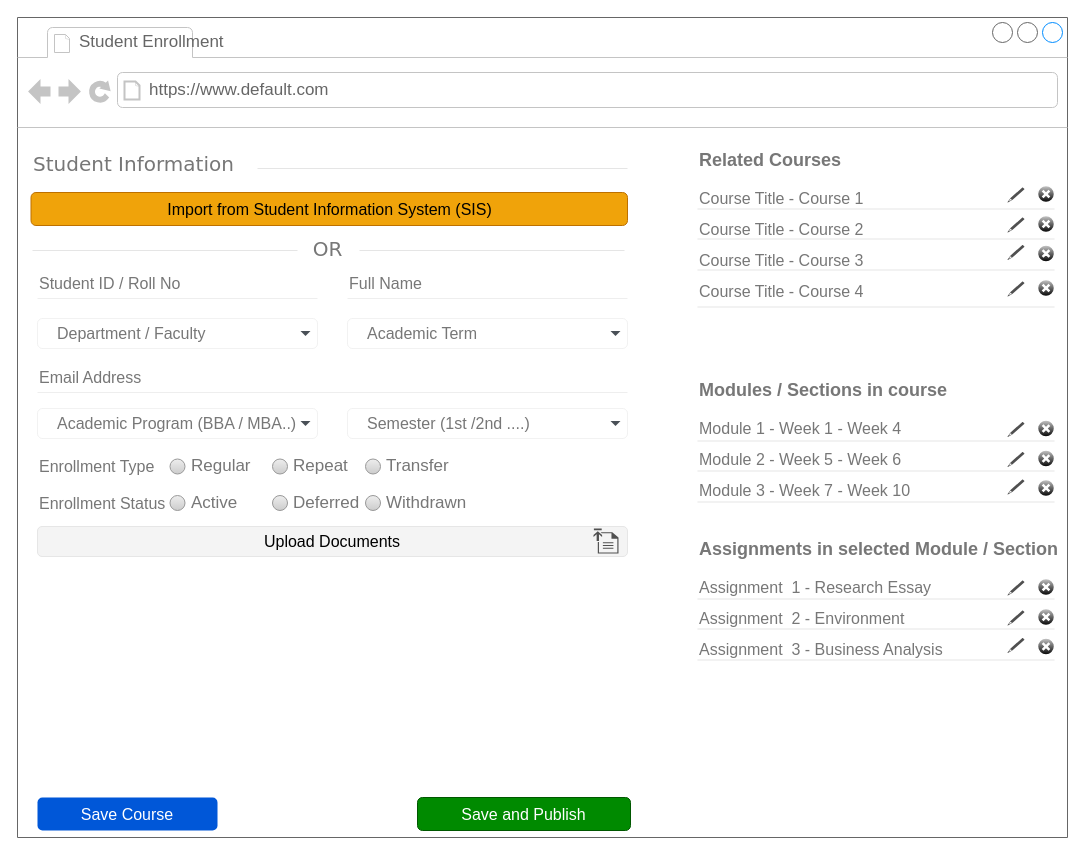
Above: page "Student Enrollment" (5 of 5) of 02 - LMS-SysCollege/04 - UI_Designs/WireFrame.drawio in ZohaibWaqarMalik/Technical-Business-Analyst-Projects (draw.io), before the change. Source tidied: cells renumbered, new cells numbered last; positions are measured from the earlier drawing's top-left corner, leaving out a move shared by most shapes. Both pictures are drawn from the tidied source at 100%, with x=0, y=0 at pixel (17, 17).
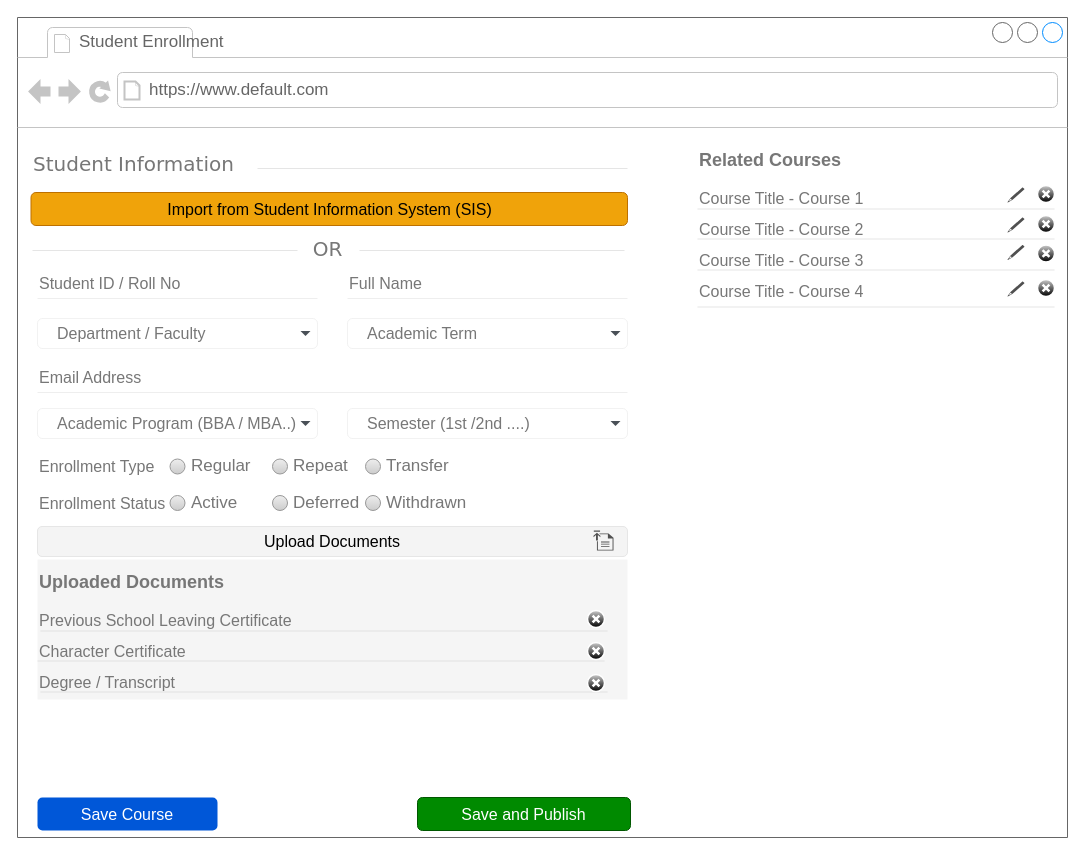
The same diagram, later.

Commit message (it also covers changes not shown here):
Update Wireframe Student Enrollment

The change refers to these unchanged cells:
```xml
<mxCell id="2" style="strokeWidth=1;shadow=0;dashed=0;align=center;html=1;shape=mxgraph.mockup.containers.browserWindow;rSize=0;strokeColor=#666666;mainText=,;rounded=0;labelBackgroundColor=none;fontFamily=Verdana;fontSize=12;" parent="1" vertex="1">
  <mxGeometry width="1050" height="820" as="geometry" />
</mxCell>
```

The edit, as a diff of the source:
```diff
@@
-    <mxCell id="30" value="&lt;h1 style=&quot;margin-top: 0px;&quot;&gt;&lt;font style=&quot;font-size: 18px;&quot;&gt;Modules / Sections in course&lt;/font&gt;&lt;/h1&gt;&lt;p&gt;&lt;font style=&quot;font-size: 16px;&quot;&gt;&lt;span style=&quot;background-color: transparent; color: light-dark(rgb(119, 119, 119), rgb(135, 135, 135));&quot;&gt;Module 1 - Week 1 - Week 4&lt;/span&gt;&lt;/font&gt;&lt;/p&gt;&lt;p&gt;&lt;span style=&quot;font-size: 16px;&quot;&gt;Module 2 - Week 5 - Week 6&lt;/span&gt;&lt;/p&gt;&lt;p&gt;&lt;font style=&quot;font-size: 16px;&quot;&gt;Module 3 - Week 7 - Week 10&lt;/font&gt;&lt;/p&gt;&lt;p&gt;&lt;font style=&quot;font-size: 16px;&quot;&gt;&lt;span style=&quot;background-color: transparent; color: light-dark(rgb(119, 119, 119), rgb(135, 135, 135));&quot;&gt;&lt;br&gt;&lt;/span&gt;&lt;/font&gt;&lt;/p&gt;" style="text;html=1;whiteSpace=wrap;overflow=hidden;rounded=0;fontColor=#777777;" parent="2" vertex="1">
-      <mxGeometry x="680" y="350" width="350" height="140" as="geometry" />
-    </mxCell>
-    <mxCell id="31" style="dashed=0;shape=line;strokeWidth=1;noLabel=1;strokeColor=#cccccc;opacity=50;fontSize=14;" parent="2" vertex="1">
-      <mxGeometry x="680" y="423" width="357" height="1" as="geometry" />
-    </mxCell>
-    <mxCell id="32" style="dashed=0;shape=line;strokeWidth=1;noLabel=1;strokeColor=#cccccc;opacity=50;fontSize=14;" parent="2" vertex="1">
-      <mxGeometry x="680" y="453" width="357" height="1" as="geometry" />
-    </mxCell>
-    <mxCell id="33" style="dashed=0;shape=line;strokeWidth=1;noLabel=1;strokeColor=#cccccc;opacity=50;fontSize=14;" parent="2" vertex="1">
-      <mxGeometry x="680" y="484" width="357" height="1" as="geometry" />
-    </mxCell>
-    <mxCell id="34" style="sketch=0;shadow=0;dashed=0;html=1;strokeColor=none;fillColor=#505050;labelPosition=center;verticalLabelPosition=bottom;verticalAlign=top;align=center;shape=mxgraph.office.concepts.writing_pencil;" parent="2" vertex="1">
-      <mxGeometry x="990" y="404.5" width="17" height="15" as="geometry" />
-    </mxCell>
-    <mxCell id="35" style="sketch=0;shadow=0;dashed=0;html=1;strokeColor=none;fillColor=#505050;labelPosition=center;verticalLabelPosition=bottom;verticalAlign=top;align=center;shape=mxgraph.office.concepts.writing_pencil;" parent="2" vertex="1">
-      <mxGeometry x="990" y="434.5" width="17" height="15" as="geometry" />
-    </mxCell>
-    <mxCell id="36" style="sketch=0;shadow=0;dashed=0;html=1;strokeColor=none;fillColor=#505050;labelPosition=center;verticalLabelPosition=bottom;verticalAlign=top;align=center;shape=mxgraph.office.concepts.writing_pencil;" parent="2" vertex="1">
-      <mxGeometry x="990" y="462" width="17" height="15" as="geometry" />
-    </mxCell>
-    <mxCell id="37" style="verticalLabelPosition=bottom;verticalAlign=top;html=1;shadow=0;dashed=0;strokeWidth=1;shape=mxgraph.ios.iDeleteApp;fillColor=#cccccc;fillColor2=#000000;strokeColor=#ffffff;sketch=0;" parent="2" vertex="1">
-      <mxGeometry x="1020" y="402.5" width="17" height="17" as="geometry" />
-    </mxCell>
-    <mxCell id="38" style="verticalLabelPosition=bottom;verticalAlign=top;html=1;shadow=0;dashed=0;strokeWidth=1;shape=mxgraph.ios.iDeleteApp;fillColor=#cccccc;fillColor2=#000000;strokeColor=#ffffff;sketch=0;" parent="2" vertex="1">
-      <mxGeometry x="1020" y="432.5" width="17" height="17" as="geometry" />
-    </mxCell>
-    <mxCell id="39" style="verticalLabelPosition=bottom;verticalAlign=top;html=1;shadow=0;dashed=0;strokeWidth=1;shape=mxgraph.ios.iDeleteApp;fillColor=#cccccc;fillColor2=#000000;strokeColor=#ffffff;sketch=0;" parent="2" vertex="1">
-      <mxGeometry x="1020" y="462" width="17" height="17" as="geometry" />
-    </mxCell>
@@
-    <mxCell id="42" value="&lt;h1 style=&quot;margin-top: 0px;&quot;&gt;&lt;font style=&quot;font-size: 18px;&quot;&gt;Assignments in selected Module / Section&lt;/font&gt;&lt;/h1&gt;&lt;p&gt;&lt;font style=&quot;font-size: 16px;&quot;&gt;&lt;span style=&quot;background-color: transparent; color: light-dark(rgb(119, 119, 119), rgb(135, 135, 135));&quot;&gt;Assignment&amp;nbsp; 1 - Research Essay&lt;/span&gt;&lt;/font&gt;&lt;/p&gt;&lt;p&gt;&lt;span style=&quot;font-size: 16px;&quot;&gt;Assignment&amp;nbsp; 2 - Environment&lt;/span&gt;&lt;/p&gt;&lt;p&gt;&lt;span style=&quot;font-size: 16px;&quot;&gt;Assignment&amp;nbsp; 3 - Business Analysis&lt;/span&gt;&lt;/p&gt;&lt;p&gt;&lt;font style=&quot;font-size: 16px;&quot;&gt;&lt;span style=&quot;background-color: transparent; color: light-dark(rgb(119, 119, 119), rgb(135, 135, 135));&quot;&gt;&lt;br&gt;&lt;/span&gt;&lt;/font&gt;&lt;/p&gt;" style="text;html=1;whiteSpace=wrap;overflow=hidden;rounded=0;fontColor=#777777;" parent="2" vertex="1">
-      <mxGeometry x="680" y="509" width="370" height="140" as="geometry" />
-    </mxCell>
-    <mxCell id="43" style="dashed=0;shape=line;strokeWidth=1;noLabel=1;strokeColor=#cccccc;opacity=50;fontSize=14;" parent="2" vertex="1">
-      <mxGeometry x="680" y="581" width="357" height="1" as="geometry" />
-    </mxCell>
-    <mxCell id="44" style="dashed=0;shape=line;strokeWidth=1;noLabel=1;strokeColor=#cccccc;opacity=50;fontSize=14;" parent="2" vertex="1">
-      <mxGeometry x="680" y="611" width="357" height="1" as="geometry" />
-    </mxCell>
-    <mxCell id="45" style="dashed=0;shape=line;strokeWidth=1;noLabel=1;strokeColor=#cccccc;opacity=50;fontSize=14;" parent="2" vertex="1">
-      <mxGeometry x="680" y="642" width="357" height="1" as="geometry" />
-    </mxCell>
-    <mxCell id="46" style="sketch=0;shadow=0;dashed=0;html=1;strokeColor=none;fillColor=#505050;labelPosition=center;verticalLabelPosition=bottom;verticalAlign=top;align=center;shape=mxgraph.office.concepts.writing_pencil;" parent="2" vertex="1">
-      <mxGeometry x="990" y="563" width="17" height="15" as="geometry" />
-    </mxCell>
-    <mxCell id="47" style="sketch=0;shadow=0;dashed=0;html=1;strokeColor=none;fillColor=#505050;labelPosition=center;verticalLabelPosition=bottom;verticalAlign=top;align=center;shape=mxgraph.office.concepts.writing_pencil;" parent="2" vertex="1">
-      <mxGeometry x="990" y="593" width="17" height="15" as="geometry" />
-    </mxCell>
-    <mxCell id="48" style="sketch=0;shadow=0;dashed=0;html=1;strokeColor=none;fillColor=#505050;labelPosition=center;verticalLabelPosition=bottom;verticalAlign=top;align=center;shape=mxgraph.office.concepts.writing_pencil;" parent="2" vertex="1">
-      <mxGeometry x="990" y="620.5" width="17" height="15" as="geometry" />
-    </mxCell>
-    <mxCell id="49" style="verticalLabelPosition=bottom;verticalAlign=top;html=1;shadow=0;dashed=0;strokeWidth=1;shape=mxgraph.ios.iDeleteApp;fillColor=#cccccc;fillColor2=#000000;strokeColor=#ffffff;sketch=0;" parent="2" vertex="1">
-      <mxGeometry x="1020" y="561" width="17" height="17" as="geometry" />
-    </mxCell>
-    <mxCell id="50" style="verticalLabelPosition=bottom;verticalAlign=top;html=1;shadow=0;dashed=0;strokeWidth=1;shape=mxgraph.ios.iDeleteApp;fillColor=#cccccc;fillColor2=#000000;strokeColor=#ffffff;sketch=0;" parent="2" vertex="1">
-      <mxGeometry x="1020" y="591" width="17" height="17" as="geometry" />
-    </mxCell>
-    <mxCell id="51" style="verticalLabelPosition=bottom;verticalAlign=top;html=1;shadow=0;dashed=0;strokeWidth=1;shape=mxgraph.ios.iDeleteApp;fillColor=#cccccc;fillColor2=#000000;strokeColor=#ffffff;sketch=0;" parent="2" vertex="1">
-      <mxGeometry x="1020" y="620.5" width="17" height="17" as="geometry" />
-    </mxCell>
@@
     <mxCell id="69" style="sketch=0;shadow=0;dashed=0;html=1;strokeColor=none;fillColor=#505050;labelPosition=center;verticalLabelPosition=bottom;verticalAlign=top;align=center;shape=mxgraph.office.concepts.upload;" parent="2" vertex="1">
-      <mxGeometry x="576" y="511" width="25" height="25" as="geometry" />
+      <mxGeometry x="576" y="513" width="20" height="20" as="geometry" />
     </mxCell>
+    <mxCell id="70" value="&lt;h1 style=&quot;margin-top: 0px;&quot;&gt;&lt;font style=&quot;font-size: 18px; color: rgb(119, 119, 119);&quot;&gt;Uploaded Documents&lt;/font&gt;&lt;/h1&gt;&lt;p&gt;&lt;font style=&quot;font-size: 16px; color: rgb(119, 119, 119);&quot;&gt;&lt;span style=&quot;background-color: transparent;&quot;&gt;Previous School Leaving Certificate&lt;/span&gt;&lt;/font&gt;&lt;/p&gt;&lt;p&gt;&lt;span style=&quot;font-size: 16px;&quot;&gt;&lt;font style=&quot;color: rgb(119, 119, 119);&quot;&gt;Character Certificate&lt;/font&gt;&lt;/span&gt;&lt;/p&gt;&lt;p&gt;&lt;span style=&quot;font-size: 16px;&quot;&gt;&lt;font style=&quot;color: rgb(119, 119, 119);&quot;&gt;Degree / Transcript&lt;/font&gt;&lt;/span&gt;&lt;/p&gt;" style="text;html=1;whiteSpace=wrap;overflow=hidden;rounded=0;fillColor=#f5f5f5;strokeColor=none;fontColor=#333333;" parent="2" vertex="1">
+      <mxGeometry x="20" y="542" width="590" height="140" as="geometry" />
+    </mxCell>
+    <mxCell id="71" style="dashed=0;shape=line;strokeWidth=1;noLabel=1;strokeColor=#cccccc;opacity=50;fontSize=14;" parent="2" vertex="1">
+      <mxGeometry x="23" y="613" width="567" height="1" as="geometry" />
+    </mxCell>
+    <mxCell id="72" style="dashed=0;shape=line;strokeWidth=1;noLabel=1;strokeColor=#cccccc;opacity=50;fontSize=14;" parent="2" vertex="1">
+      <mxGeometry x="20" y="643" width="567" height="1" as="geometry" />
+    </mxCell>
+    <mxCell id="73" style="dashed=0;shape=line;strokeWidth=1;noLabel=1;strokeColor=#cccccc;opacity=50;fontSize=14;" parent="2" vertex="1">
+      <mxGeometry x="23" y="674" width="567" height="1" as="geometry" />
+    </mxCell>
+    <mxCell id="74" style="verticalLabelPosition=bottom;verticalAlign=top;html=1;shadow=0;dashed=0;strokeWidth=1;shape=mxgraph.ios.iDeleteApp;fillColor=#cccccc;fillColor2=#000000;strokeColor=#ffffff;sketch=0;" parent="2" vertex="1">
+      <mxGeometry x="570" y="593" width="17" height="17" as="geometry" />
+    </mxCell>
+    <mxCell id="75" style="verticalLabelPosition=bottom;verticalAlign=top;html=1;shadow=0;dashed=0;strokeWidth=1;shape=mxgraph.ios.iDeleteApp;fillColor=#cccccc;fillColor2=#000000;strokeColor=#ffffff;sketch=0;" parent="2" vertex="1">
+      <mxGeometry x="570" y="625" width="17" height="17" as="geometry" />
+    </mxCell>
+    <mxCell id="76" style="verticalLabelPosition=bottom;verticalAlign=top;html=1;shadow=0;dashed=0;strokeWidth=1;shape=mxgraph.ios.iDeleteApp;fillColor=#cccccc;fillColor2=#000000;strokeColor=#ffffff;sketch=0;" parent="2" vertex="1">
+      <mxGeometry x="570" y="657" width="17" height="17" as="geometry" />
+    </mxCell>
```
